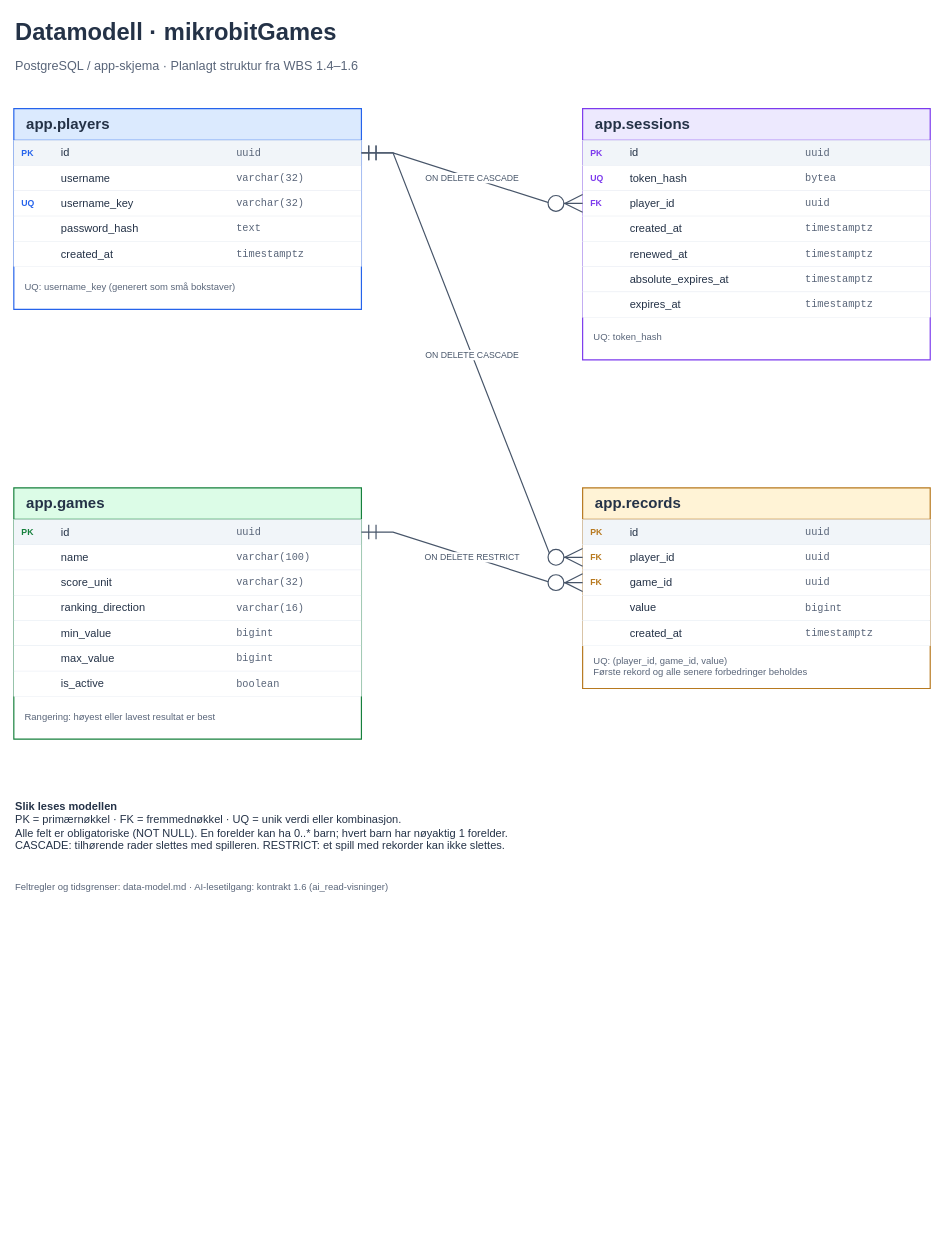
The draw.io diagram backend/spec/models/database-er.drawio in Hoglar/mikrobitGames, before the edit. Source tidied: cells renumbered, new cells numbered last; positions are measured from the earlier drawing's top-left corner, leaving out a move shared by most shapes. Both pictures are drawn from the tidied source at 79%, with x=0, y=0 at pixel (13, 13).
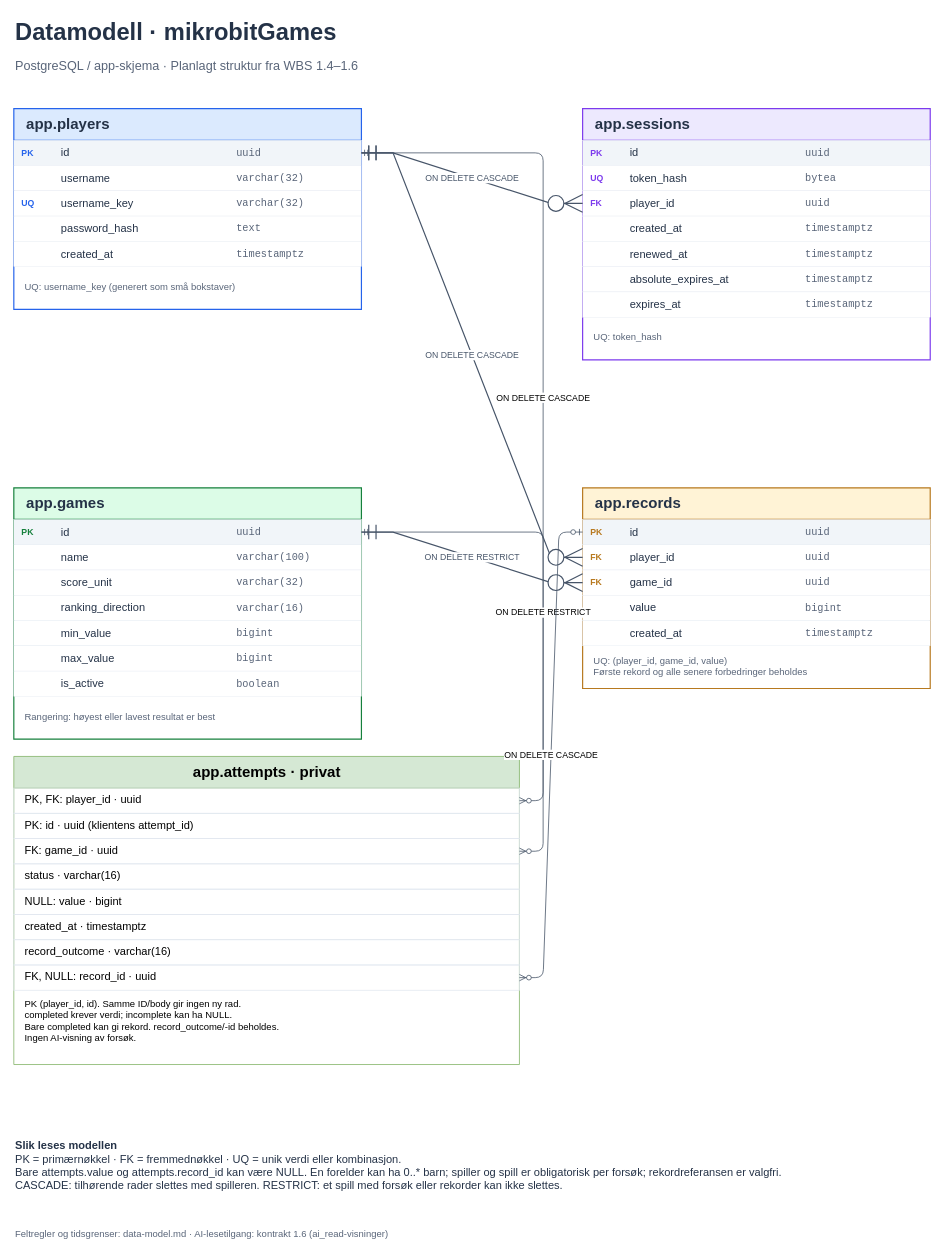
The same diagram, later.

The change refers to these unchanged cells:
```xml
<mxCell id="5" value="id" style="rectangle;strokeColor=#E2E8F0;strokeWidth=0.5;fillColor=#F1F5F9;align=left;verticalAlign=middle;spacingLeft=58;fontSize=14;fontFamily=Helvetica;fontColor=#243247;html=1;" parent="4" vertex="1">
  <mxGeometry y="40" width="440" height="32" as="geometry" />
</mxCell>
<mxCell id="45" value="id" style="rectangle;strokeColor=#E2E8F0;strokeWidth=0.5;fillColor=#F1F5F9;align=left;verticalAlign=middle;spacingLeft=58;fontSize=14;fontFamily=Helvetica;fontColor=#243247;html=1;" parent="44" vertex="1">
  <mxGeometry y="40" width="440" height="32" as="geometry" />
</mxCell>
<mxCell id="68" value="id" style="rectangle;strokeColor=#E2E8F0;strokeWidth=0.5;fillColor=#F1F5F9;align=left;verticalAlign=middle;spacingLeft=58;fontSize=14;fontFamily=Helvetica;fontColor=#243247;html=1;" parent="67" vertex="1">
  <mxGeometry y="40" width="440" height="32" as="geometry" />
</mxCell>
```

The edit, as a diff of the source:
```diff
@@
-    <mxCell id="87" value="&lt;b&gt;Slik leses modellen&lt;/b&gt;&lt;br&gt;PK = primærnøkkel · FK = fremmednøkkel · UQ = unik verdi eller kombinasjon.&lt;br&gt;Alle felt er obligatoriske (NOT NULL). En forelder kan ha 0..* barn; hvert barn har nøyaktig 1 forelder.&lt;br&gt;CASCADE: tilhørende rader slettes med spilleren. RESTRICT: et spill med rekorder kan ikke slettes." style="text;strokeColor=none;fillColor=none;align=left;verticalAlign=middle;whiteSpace=wrap;fontFamily=Helvetica;fontColor=#243247;fontSize=14;verticalAlign=top;spacingTop=8;html=1;" parent="1" vertex="1">
-      <mxGeometry y="980" width="1160" height="100" as="geometry" />
+    <mxCell id="87" value="&lt;b&gt;Slik leses modellen&lt;/b&gt;&lt;br&gt;PK = primærnøkkel · FK = fremmednøkkel · UQ = unik verdi eller kombinasjon.&lt;br&gt;Bare attempts.value og attempts.record_id kan være NULL. En forelder kan ha 0..* barn; spiller og spill er obligatorisk per forsøk; rekordreferansen er valgfri.&lt;br&gt;CASCADE: tilhørende rader slettes med spilleren. RESTRICT: et spill med forsøk eller rekorder kan ikke slettes." style="text;strokeColor=none;fillColor=none;align=left;verticalAlign=middle;whiteSpace=wrap;fontFamily=Helvetica;fontColor=#243247;fontSize=14;verticalAlign=top;spacingTop=8;html=1;" parent="1" vertex="1">
+      <mxGeometry y="1410" width="1160" height="100" as="geometry" />
     </mxCell>
     <mxCell id="88" value="Feltregler og tidsgrenser: data-model.md · AI-lesetilgang: kontrakt 1.6 (ai_read-visninger)" style="text;strokeColor=none;fillColor=none;align=left;verticalAlign=middle;whiteSpace=wrap;fontFamily=Helvetica;fontColor=#243247;fontSize=12;fontColor=#596579;html=1;" parent="1" vertex="1">
-      <mxGeometry y="1090" width="1160" height="30" as="geometry" />
+      <mxGeometry y="1530" width="1160" height="30" as="geometry" />
     </mxCell>
+    <mxCell id="89" value="app.attempts · privat" style="swimlane;startSize=40;horizontal=1;rounded=0;fillColor=#D5E8D4;swimlaneFillColor=#FFFFFF;strokeColor=#82B366;fontSize=19;fontStyle=1;html=1;" parent="1" vertex="1">
+      <mxGeometry y="940" width="640" height="390" as="geometry" />
+    </mxCell>
+    <mxCell id="90" value="PK, FK: player_id · uuid" style="text;html=1;align=left;spacingLeft=12;fontSize=14;strokeColor=#E2E8F0;" parent="89" vertex="1">
+      <mxGeometry y="40" width="640" height="32" as="geometry" />
+    </mxCell>
+    <mxCell id="91" value="PK: id · uuid (klientens attempt_id)" style="text;html=1;align=left;spacingLeft=12;fontSize=14;strokeColor=#E2E8F0;" parent="89" vertex="1">
+      <mxGeometry y="72" width="640" height="32" as="geometry" />
+    </mxCell>
+    <mxCell id="92" value="FK: game_id · uuid" style="text;html=1;align=left;spacingLeft=12;fontSize=14;strokeColor=#E2E8F0;" parent="89" vertex="1">
+      <mxGeometry y="104" width="640" height="32" as="geometry" />
+    </mxCell>
+    <mxCell id="93" value="status · varchar(16)" style="text;html=1;align=left;spacingLeft=12;fontSize=14;strokeColor=#E2E8F0;" parent="89" vertex="1">
+      <mxGeometry y="136" width="640" height="32" as="geometry" />
+    </mxCell>
+    <mxCell id="94" value="NULL: value · bigint" style="text;html=1;align=left;spacingLeft=12;fontSize=14;strokeColor=#E2E8F0;" parent="89" vertex="1">
+      <mxGeometry y="168" width="640" height="32" as="geometry" />
+    </mxCell>
+    <mxCell id="95" value="created_at · timestamptz" style="text;html=1;align=left;spacingLeft=12;fontSize=14;strokeColor=#E2E8F0;" parent="89" vertex="1">
+      <mxGeometry y="200" width="640" height="32" as="geometry" />
+    </mxCell>
+    <mxCell id="96" value="record_outcome · varchar(16)" style="text;html=1;align=left;spacingLeft=12;fontSize=14;strokeColor=#E2E8F0;" parent="89" vertex="1">
+      <mxGeometry y="232" width="640" height="32" as="geometry" />
+    </mxCell>
+    <mxCell id="97" value="FK, NULL: record_id · uuid" style="text;html=1;align=left;spacingLeft=12;fontSize=14;strokeColor=#E2E8F0;" parent="89" vertex="1">
+      <mxGeometry y="264" width="640" height="32" as="geometry" />
+    </mxCell>
+    <mxCell id="98" value="PK (player_id, id). Samme ID/body gir ingen ny rad.&lt;br&gt;completed krever verdi; incomplete kan ha NULL.&lt;br&gt;Bare completed kan gi rekord. record_outcome/-id beholdes.&lt;br&gt;Ingen AI-visning av forsøk." style="text;html=1;align=left;spacingLeft=12;fontSize=12;" parent="89" vertex="1">
+      <mxGeometry y="300" width="640" height="80" as="geometry" />
+    </mxCell>
+    <mxCell id="99" value="ON DELETE CASCADE" style="edgeStyle=entityRelationEdgeStyle;html=1;startArrow=ERmandOne;endArrow=ERzeroToMany;strokeColor=#475569;" parent="1" edge="1" source="5" target="90">
+      <mxGeometry relative="1" as="geometry" />
+    </mxCell>
+    <mxCell id="100" value="ON DELETE RESTRICT" style="edgeStyle=entityRelationEdgeStyle;html=1;startArrow=ERmandOne;endArrow=ERzeroToMany;strokeColor=#475569;" parent="1" edge="1" source="45" target="92">
+      <mxGeometry relative="1" as="geometry" />
+    </mxCell>
+    <mxCell id="101" value="ON DELETE CASCADE" style="edgeStyle=entityRelationEdgeStyle;html=1;startArrow=ERzeroToOne;endArrow=ERzeroToMany;strokeColor=#475569;" parent="1" edge="1" source="68" target="97">
+      <mxGeometry relative="1" as="geometry" />
+    </mxCell>
```
